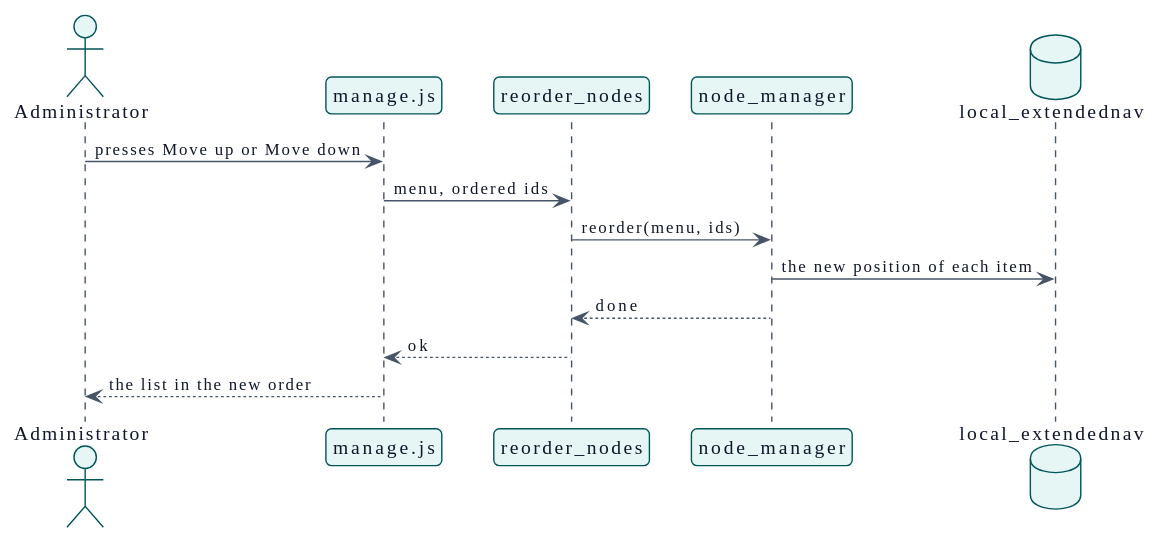
The PlantUML diagram docs/en/technical/design/use-cases/reorderNodes/sequence.svg in didactika/moodle-local_extendednav, before a commit.
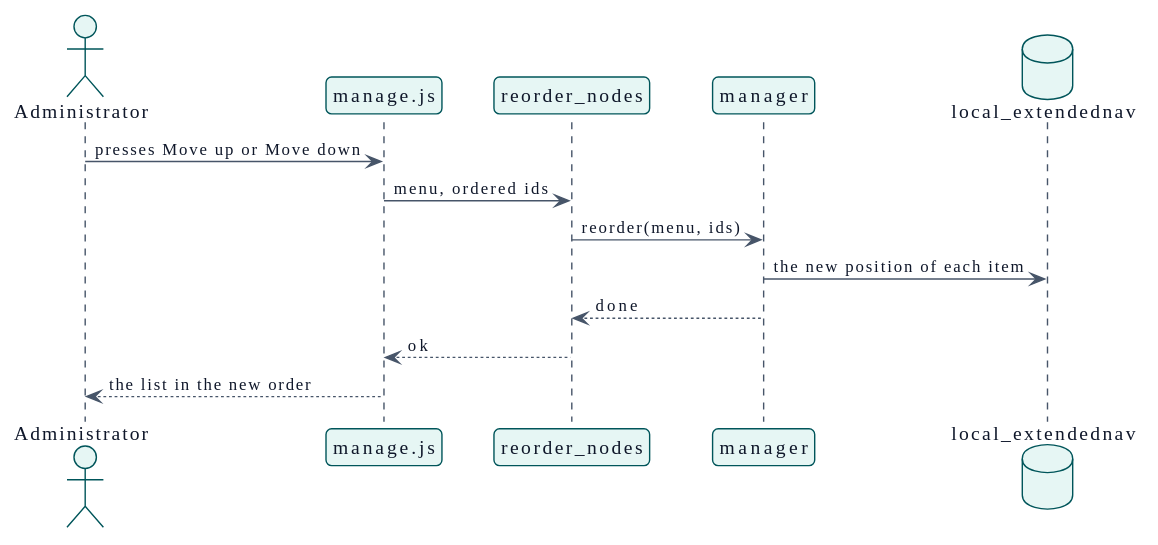
After the change.

Diff of the diagram source:
```diff
@@ -109,7 +109,7 @@
 actor "Administrator" as actor
 participant "manage.js" as js
 participant "reorder_nodes" as service
-participant "node_manager" as manager
+participant "manager" as manager
 database "local_extendednav" as table
 
 actor -> js : presses Move up or Move down
```
